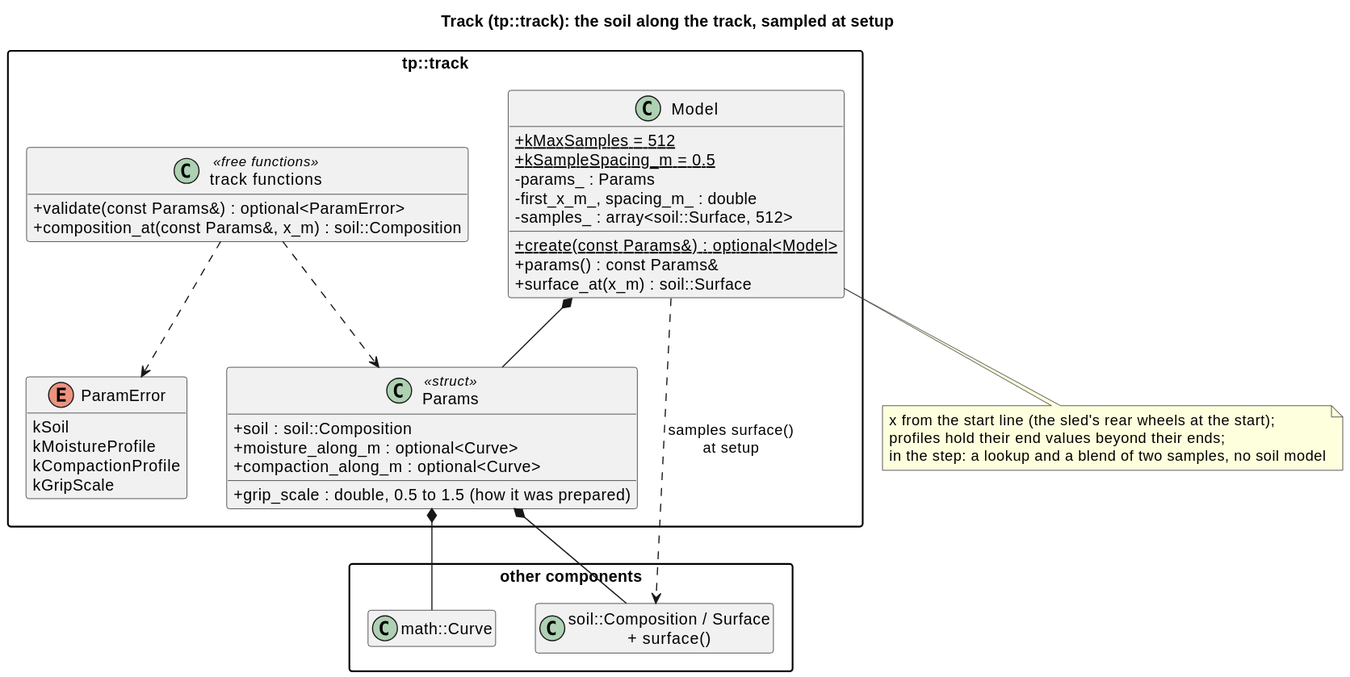
Earlier version of the PlantUML export docs/diagrams/svg/track_classes.svg (wversteeg/TractorPulling).
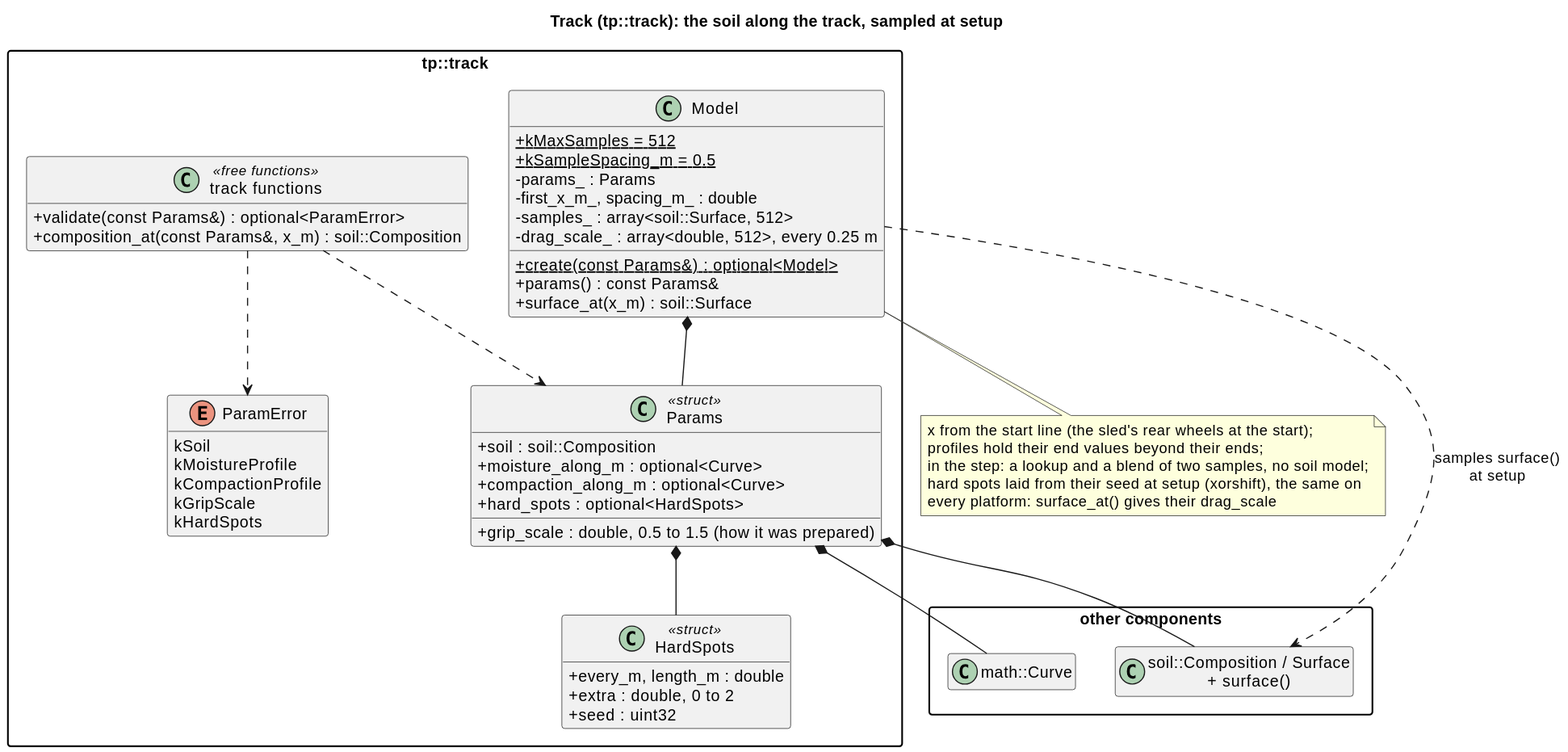
Above is the later version.

Change to the diagram source:
```diff
@@ -15,6 +15,12 @@
     +moisture_along_m : optional<Curve>
     +compaction_along_m : optional<Curve>
     +grip_scale : double, 0.5 to 1.5 (how it was prepared)
+    +hard_spots : optional<HardSpots>
+  }
+  class HardSpots <<struct>> {
+    +every_m, length_m : double
+    +extra : double, 0 to 2
+    +seed : uint32
   }
   class Model {
     +{static} kMaxSamples = 512
@@ -22,6 +28,7 @@
     -params_ : Params
     -first_x_m_, spacing_m_ : double
     -samples_ : array<soil::Surface, 512>
+    -drag_scale_ : array<double, 512>, every 0.25 m
     +{static} create(const Params&) : optional<Model>
     +params() : const Params&
     +surface_at(x_m) : soil::Surface
@@ -31,12 +38,14 @@
     kMoistureProfile
     kCompactionProfile
     kGripScale
+    kHardSpots
   }
   class "track functions" as TrackFns <<free functions>> {
     +validate(const Params&) : optional<ParamError>
     +composition_at(const Params&, x_m) : soil::Composition
   }
   Model *-- Params
+  Params *-- HardSpots
   TrackFns ..> Params
   TrackFns ..> ParamError
 }
@@ -46,6 +55,8 @@
 note bottom of Model
   x from the start line (the sled's rear wheels at the start);
   profiles hold their end values beyond their ends;
-  in the step: a lookup and a blend of two samples, no soil model
+  in the step: a lookup and a blend of two samples, no soil model;
+  hard spots laid from their seed at setup (xorshift), the same on
+  every platform: surface_at() gives their drag_scale
 end note
 @enduml
```
